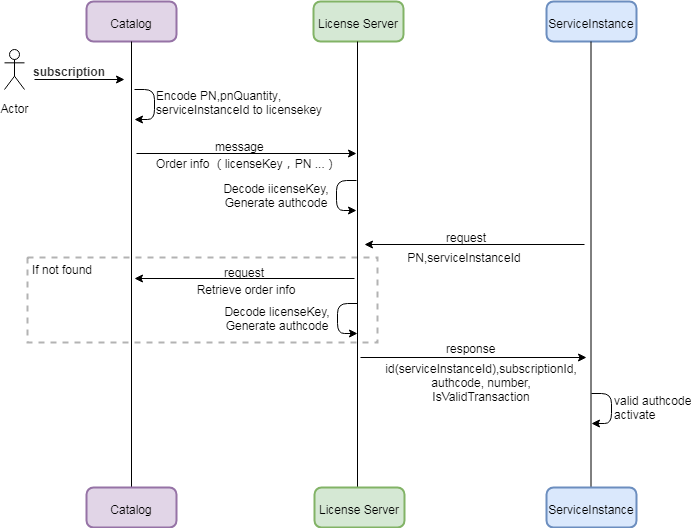
Above: licenseserver/images/licenseserver_OnlineActive_flowchart_V1.png in ensaas/document (draw.io), before the change. Source tidied: cells renumbered, new cells last; positions are measured from the earlier drawing's top-left corner, leaving out a move shared by most shapes. Its diagram source:
```xml
<mxGraphModel>
  <root>
    <mxCell id="0" />
    <mxCell id="1" parent="0" />
    <mxCell id="2" style="verticalLabelPosition=bottom;verticalAlign=top;html=1;shape=mxgraph.basic.rect;fillColor2=none;strokeWidth=2;size=20;indent=5;shadow=0;align=left;dashed=1;opacity=30;" parent="1" vertex="1">
      <mxGeometry x="23" y="256" width="350" height="85" as="geometry" />
    </mxCell>
    <mxCell id="3" value="Catalog" style="rounded=1;whiteSpace=wrap;html=1;absoluteArcSize=1;arcSize=14;strokeWidth=2;fillColor=#e1d5e7;strokeColor=#9673a6;" parent="1" vertex="1">
      <mxGeometry x="82" width="90" height="40" as="geometry" />
    </mxCell>
    <mxCell id="4" value="License Server" style="rounded=1;whiteSpace=wrap;html=1;absoluteArcSize=1;arcSize=14;strokeWidth=2;fillColor=#d5e8d4;strokeColor=#82b366;" parent="1" vertex="1">
      <mxGeometry x="309" width="90" height="40" as="geometry" />
    </mxCell>
    <mxCell id="5" value="ServiceInstance" style="rounded=1;whiteSpace=wrap;html=1;absoluteArcSize=1;arcSize=14;strokeWidth=2;fillColor=#dae8fc;strokeColor=#6c8ebf;" parent="1" vertex="1">
      <mxGeometry x="542" width="90" height="40" as="geometry" />
    </mxCell>
    <mxCell id="6" style="endArrow=none;html=1;entryX=0.5;entryY=1;entryDx=0;entryDy=0;" parent="1" edge="1" target="3">
      <mxGeometry relative="1" as="geometry">
        <mxPoint x="127" y="486" as="sourcePoint" />
      </mxGeometry>
    </mxCell>
    <mxCell id="7" style="endArrow=none;html=1;entryX=0.5;entryY=1;entryDx=0;entryDy=0;" parent="1" edge="1">
      <mxGeometry relative="1" as="geometry">
        <mxPoint x="353" y="486" as="sourcePoint" />
        <mxPoint x="353" y="40" as="targetPoint" />
      </mxGeometry>
    </mxCell>
    <mxCell id="8" style="endArrow=none;html=1;entryX=0.5;entryY=1;entryDx=0;entryDy=0;" parent="1" edge="1">
      <mxGeometry relative="1" as="geometry">
        <mxPoint x="586.5" y="486" as="sourcePoint" />
        <mxPoint x="586.5" y="40" as="targetPoint" />
      </mxGeometry>
    </mxCell>
    <mxCell id="9" style="endArrow=classic;html=1;" parent="1" edge="1">
      <mxGeometry relative="1" as="geometry">
        <mxPoint x="132" y="152" as="sourcePoint" />
        <mxPoint x="352" y="152" as="targetPoint" />
      </mxGeometry>
    </mxCell>
    <mxCell id="10" value="Order info （licenseKey，PN ...）" style="text;html=1;strokeColor=none;fillColor=none;align=left;verticalAlign=middle;whiteSpace=wrap;rounded=0;" parent="1" vertex="1">
      <mxGeometry x="150" y="150" width="190" height="20" as="geometry" />
    </mxCell>
    <mxCell id="11" value="Catalog" style="rounded=1;whiteSpace=wrap;html=1;absoluteArcSize=1;arcSize=14;strokeWidth=2;fillColor=#e1d5e7;strokeColor=#9673a6;" parent="1" vertex="1">
      <mxGeometry x="82" y="486" width="90" height="40" as="geometry" />
    </mxCell>
    <mxCell id="12" value="License Server" style="rounded=1;whiteSpace=wrap;html=1;absoluteArcSize=1;arcSize=14;strokeWidth=2;fillColor=#d5e8d4;strokeColor=#82b366;" parent="1" vertex="1">
      <mxGeometry x="310" y="486" width="90" height="40" as="geometry" />
    </mxCell>
    <mxCell id="13" value="ServiceInstance" style="rounded=1;whiteSpace=wrap;html=1;absoluteArcSize=1;arcSize=14;strokeWidth=2;fillColor=#dae8fc;strokeColor=#6c8ebf;" parent="1" vertex="1">
      <mxGeometry x="542" y="486" width="90" height="40" as="geometry" />
    </mxCell>
    <mxCell id="14" value="Retrieve order info" style="text;html=1;strokeColor=none;fillColor=none;align=center;verticalAlign=middle;whiteSpace=wrap;rounded=0;" parent="1" vertex="1">
      <mxGeometry x="186.5" y="276" width="110" height="20" as="geometry" />
    </mxCell>
    <mxCell id="15" value="&lt;font style=&quot;font-size: 10px&quot;&gt;id(serviceInstanceId),subscriptionId, authcode, number, IsValidTransaction&lt;/font&gt;" style="text;html=1;strokeColor=none;fillColor=none;align=center;verticalAlign=middle;whiteSpace=wrap;rounded=0;" parent="1" vertex="1">
      <mxGeometry x="383" y="356" width="188" height="52" as="geometry" />
    </mxCell>
    <mxCell id="16" value="&lt;div&gt;Decode iicenseKey,&lt;/div&gt;&lt;div&gt;Generate authcode&lt;/div&gt;" style="text;html=1;strokeColor=none;fillColor=none;align=center;verticalAlign=middle;whiteSpace=wrap;rounded=0;" parent="1" vertex="1">
      <mxGeometry x="211" y="185" width="122" height="20" as="geometry" />
    </mxCell>
    <mxCell id="17" style="edgeStyle=elbowEdgeStyle;elbow=horizontal;endArrow=classic;html=1;" parent="1" edge="1">
      <mxGeometry relative="1" as="geometry">
        <mxPoint x="352" y="179" as="sourcePoint" />
        <mxPoint x="352" y="209" as="targetPoint" />
        <Array as="points">
          <mxPoint x="332" y="199" />
        </Array>
      </mxGeometry>
    </mxCell>
    <mxCell id="18" style="edgeStyle=elbowEdgeStyle;elbow=horizontal;endArrow=classic;html=1;" parent="1" edge="1">
      <mxGeometry relative="1" as="geometry">
        <mxPoint x="587" y="392" as="sourcePoint" />
        <mxPoint x="587" y="422" as="targetPoint" />
        <Array as="points">
          <mxPoint x="607" y="412" />
        </Array>
      </mxGeometry>
    </mxCell>
    <mxCell id="19" value="valid authcode&lt;br&gt;activate" style="text;html=1;" parent="1" vertex="1">
      <mxGeometry x="608" y="386" width="53" height="34" as="geometry" />
    </mxCell>
    <mxCell id="20" style="endArrow=classic;html=1;" parent="1" edge="1">
      <mxGeometry relative="1" as="geometry">
        <mxPoint x="356" y="356" as="sourcePoint" />
        <mxPoint x="582" y="356" as="targetPoint" />
      </mxGeometry>
    </mxCell>
    <mxCell id="21" value="Actor" style="shape=umlActor;verticalLabelPosition=bottom;labelBackgroundColor=#ffffff;verticalAlign=top;html=1;" parent="1" vertex="1">
      <mxGeometry y="48" width="20" height="40" as="geometry" />
    </mxCell>
    <mxCell id="22" style="endArrow=classic;html=1;" parent="1" edge="1">
      <mxGeometry relative="1" as="geometry">
        <mxPoint x="30" y="78" as="sourcePoint" />
        <mxPoint x="120" y="78" as="targetPoint" />
      </mxGeometry>
    </mxCell>
    <mxCell id="23" value="&lt;h1 class=&quot;word&quot; style=&quot;box-sizing: border-box ; margin: 0px ; padding: 0px ; height: auto ; line-height: 14px ; background-color: rgb(255 , 255 , 255)&quot;&gt;&lt;font color=&quot;#333333&quot; style=&quot;font-size: 6px&quot;&gt;&lt;span style=&quot;white-space: nowrap&quot;&gt;subscription&lt;/span&gt;&lt;/font&gt;&lt;br&gt;&lt;/h1&gt;" style="text;html=1;strokeColor=none;fillColor=none;align=center;verticalAlign=middle;whiteSpace=wrap;rounded=0;" parent="1" vertex="1">
      <mxGeometry x="10" y="58" width="110" height="20" as="geometry" />
    </mxCell>
    <mxCell id="24" style="edgeStyle=elbowEdgeStyle;elbow=horizontal;endArrow=classic;html=1;" parent="1" edge="1">
      <mxGeometry relative="1" as="geometry">
        <mxPoint x="130" y="88" as="sourcePoint" />
        <mxPoint x="130" y="118" as="targetPoint" />
        <Array as="points">
          <mxPoint x="150" y="108" />
        </Array>
      </mxGeometry>
    </mxCell>
    <mxCell id="25" value="&lt;div style=&quot;text-align: left&quot;&gt;&lt;span&gt;Encode PN,pnQuantity&lt;/span&gt;&lt;span&gt;, serviceInstanceId to licensekey&lt;/span&gt;&lt;/div&gt;" style="text;html=1;strokeColor=none;fillColor=none;align=center;verticalAlign=middle;whiteSpace=wrap;rounded=0;" parent="1" vertex="1">
      <mxGeometry x="150" y="87" width="190" height="30" as="geometry" />
    </mxCell>
    <mxCell id="26" style="endArrow=classic;html=1;" parent="1" edge="1">
      <mxGeometry relative="1" as="geometry">
        <mxPoint x="580" y="243" as="sourcePoint" />
        <mxPoint x="360" y="243" as="targetPoint" />
      </mxGeometry>
    </mxCell>
    <mxCell id="27" value="request" style="text;html=1;" parent="1" vertex="1">
      <mxGeometry x="440" y="217" width="50" height="20" as="geometry" />
    </mxCell>
    <mxCell id="28" style="endArrow=classic;html=1;" parent="1" edge="1">
      <mxGeometry relative="1" as="geometry">
        <mxPoint x="350" y="277" as="sourcePoint" />
        <mxPoint x="130" y="277" as="targetPoint" />
      </mxGeometry>
    </mxCell>
    <mxCell id="29" value="&lt;div&gt;Decode licenseKey,&lt;/div&gt;&lt;div&gt;Generate authcode&lt;/div&gt;" style="text;html=1;strokeColor=none;fillColor=none;align=center;verticalAlign=middle;whiteSpace=wrap;rounded=0;" parent="1" vertex="1">
      <mxGeometry x="212" y="308" width="122" height="20" as="geometry" />
    </mxCell>
    <mxCell id="30" style="edgeStyle=elbowEdgeStyle;elbow=horizontal;endArrow=classic;html=1;" parent="1" edge="1">
      <mxGeometry relative="1" as="geometry">
        <mxPoint x="353" y="302" as="sourcePoint" />
        <mxPoint x="353" y="332" as="targetPoint" />
        <Array as="points">
          <mxPoint x="333" y="322" />
        </Array>
      </mxGeometry>
    </mxCell>
    <mxCell id="31" value="If not found&lt;br&gt;" style="text;html=1;strokeColor=none;fillColor=none;align=center;verticalAlign=middle;whiteSpace=wrap;rounded=0;" parent="1" vertex="1">
      <mxGeometry x="23" y="256" width="70" height="20" as="geometry" />
    </mxCell>
    <mxCell id="32" value="PN,serviceInstanceId" style="text;html=1;strokeColor=none;fillColor=none;align=center;verticalAlign=middle;whiteSpace=wrap;rounded=0;" parent="1" vertex="1">
      <mxGeometry x="440" y="244" width="40" height="20" as="geometry" />
    </mxCell>
    <mxCell id="33" value="message" style="text;html=1;" parent="1" vertex="1">
      <mxGeometry x="209" y="126" width="30" height="20" as="geometry" />
    </mxCell>
    <mxCell id="34" value="response" style="text;html=1;" parent="1" vertex="1">
      <mxGeometry x="440" y="328" width="58" height="30" as="geometry" />
    </mxCell>
    <mxCell id="35" value="request" style="text;html=1;" parent="1" vertex="1">
      <mxGeometry x="218" y="252" width="50" height="20" as="geometry" />
    </mxCell>
  </root>
</mxGraphModel>
```
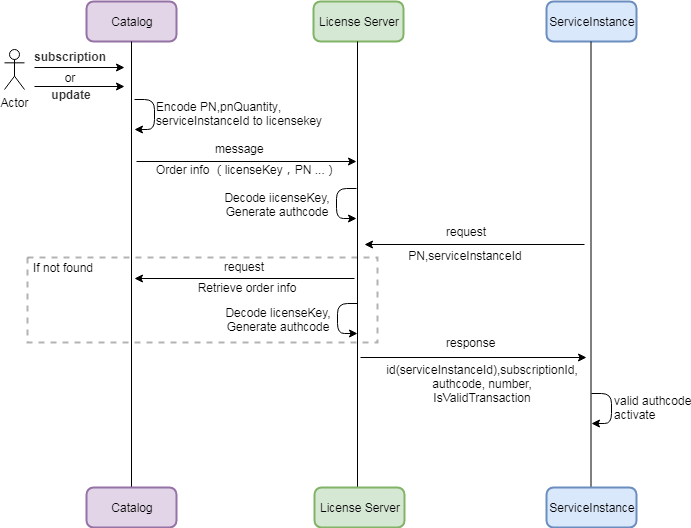
Later version of the same file.

Commit message:
modify license server

Diff of the diagram source:
```diff
@@ -33,12 +33,12 @@
     </mxCell>
     <mxCell id="9" style="endArrow=classic;html=1;" parent="1" edge="1">
       <mxGeometry relative="1" as="geometry">
-        <mxPoint x="132" y="152" as="sourcePoint" />
-        <mxPoint x="352" y="152" as="targetPoint" />
+        <mxPoint x="132" y="160" as="sourcePoint" />
+        <mxPoint x="352" y="160" as="targetPoint" />
       </mxGeometry>
     </mxCell>
     <mxCell id="10" value="Order info （licenseKey，PN ...）" style="text;html=1;strokeColor=none;fillColor=none;align=left;verticalAlign=middle;whiteSpace=wrap;rounded=0;" parent="1" vertex="1">
-      <mxGeometry x="150" y="150" width="190" height="20" as="geometry" />
+      <mxGeometry x="150" y="158" width="190" height="20" as="geometry" />
     </mxCell>
     <mxCell id="11" value="Catalog" style="rounded=1;whiteSpace=wrap;html=1;absoluteArcSize=1;arcSize=14;strokeWidth=2;fillColor=#e1d5e7;strokeColor=#9673a6;" parent="1" vertex="1">
       <mxGeometry x="82" y="486" width="90" height="40" as="geometry" />
@@ -56,14 +56,14 @@
       <mxGeometry x="383" y="356" width="188" height="52" as="geometry" />
     </mxCell>
     <mxCell id="16" value="&lt;div&gt;Decode iicenseKey,&lt;/div&gt;&lt;div&gt;Generate authcode&lt;/div&gt;" style="text;html=1;strokeColor=none;fillColor=none;align=center;verticalAlign=middle;whiteSpace=wrap;rounded=0;" parent="1" vertex="1">
-      <mxGeometry x="211" y="185" width="122" height="20" as="geometry" />
+      <mxGeometry x="211" y="193" width="122" height="20" as="geometry" />
     </mxCell>
     <mxCell id="17" style="edgeStyle=elbowEdgeStyle;elbow=horizontal;endArrow=classic;html=1;" parent="1" edge="1">
       <mxGeometry relative="1" as="geometry">
-        <mxPoint x="352" y="179" as="sourcePoint" />
-        <mxPoint x="352" y="209" as="targetPoint" />
+        <mxPoint x="352" y="187" as="sourcePoint" />
+        <mxPoint x="352" y="217" as="targetPoint" />
         <Array as="points">
-          <mxPoint x="332" y="199" />
+          <mxPoint x="332" y="207" />
         </Array>
       </mxGeometry>
     </mxCell>
@@ -90,24 +90,24 @@
     </mxCell>
     <mxCell id="22" style="endArrow=classic;html=1;" parent="1" edge="1">
       <mxGeometry relative="1" as="geometry">
-        <mxPoint x="30" y="78" as="sourcePoint" />
-        <mxPoint x="120" y="78" as="targetPoint" />
+        <mxPoint x="30" y="66" as="sourcePoint" />
+        <mxPoint x="120" y="66" as="targetPoint" />
       </mxGeometry>
     </mxCell>
     <mxCell id="23" value="&lt;h1 class=&quot;word&quot; style=&quot;box-sizing: border-box ; margin: 0px ; padding: 0px ; height: auto ; line-height: 14px ; background-color: rgb(255 , 255 , 255)&quot;&gt;&lt;font color=&quot;#333333&quot; style=&quot;font-size: 6px&quot;&gt;&lt;span style=&quot;white-space: nowrap&quot;&gt;subscription&lt;/span&gt;&lt;/font&gt;&lt;br&gt;&lt;/h1&gt;" style="text;html=1;strokeColor=none;fillColor=none;align=center;verticalAlign=middle;whiteSpace=wrap;rounded=0;" parent="1" vertex="1">
-      <mxGeometry x="10" y="58" width="110" height="20" as="geometry" />
+      <mxGeometry x="10" y="43" width="110" height="20" as="geometry" />
     </mxCell>
     <mxCell id="24" style="edgeStyle=elbowEdgeStyle;elbow=horizontal;endArrow=classic;html=1;" parent="1" edge="1">
       <mxGeometry relative="1" as="geometry">
-        <mxPoint x="130" y="88" as="sourcePoint" />
-        <mxPoint x="130" y="118" as="targetPoint" />
+        <mxPoint x="130" y="98" as="sourcePoint" />
+        <mxPoint x="130" y="128" as="targetPoint" />
         <Array as="points">
-          <mxPoint x="150" y="108" />
+          <mxPoint x="150" y="118" />
         </Array>
       </mxGeometry>
     </mxCell>
     <mxCell id="25" value="&lt;div style=&quot;text-align: left&quot;&gt;&lt;span&gt;Encode PN,pnQuantity&lt;/span&gt;&lt;span&gt;, serviceInstanceId to licensekey&lt;/span&gt;&lt;/div&gt;" style="text;html=1;strokeColor=none;fillColor=none;align=center;verticalAlign=middle;whiteSpace=wrap;rounded=0;" parent="1" vertex="1">
-      <mxGeometry x="150" y="87" width="190" height="30" as="geometry" />
+      <mxGeometry x="150" y="97" width="190" height="30" as="geometry" />
     </mxCell>
     <mxCell id="26" style="endArrow=classic;html=1;" parent="1" edge="1">
       <mxGeometry relative="1" as="geometry">
@@ -143,7 +143,7 @@
       <mxGeometry x="440" y="244" width="40" height="20" as="geometry" />
     </mxCell>
     <mxCell id="33" value="message" style="text;html=1;" parent="1" vertex="1">
-      <mxGeometry x="209" y="126" width="30" height="20" as="geometry" />
+      <mxGeometry x="209" y="134" width="30" height="20" as="geometry" />
     </mxCell>
     <mxCell id="34" value="response" style="text;html=1;" parent="1" vertex="1">
       <mxGeometry x="440" y="328" width="58" height="30" as="geometry" />
@@ -151,5 +151,17 @@
     <mxCell id="35" value="request" style="text;html=1;" parent="1" vertex="1">
       <mxGeometry x="218" y="252" width="50" height="20" as="geometry" />
     </mxCell>
+    <mxCell id="36" value="&lt;h1 class=&quot;word&quot; style=&quot;box-sizing: border-box ; margin: 0px ; padding: 0px ; height: auto ; line-height: 14px ; background-color: rgb(255 , 255 , 255)&quot;&gt;&lt;font color=&quot;#333333&quot;&gt;&lt;span style=&quot;font-size: 6px ; white-space: nowrap&quot;&gt;update&lt;/span&gt;&lt;/font&gt;&lt;/h1&gt;" style="text;html=1;strokeColor=none;fillColor=none;align=center;verticalAlign=middle;whiteSpace=wrap;rounded=0;" parent="1" vertex="1">
+      <mxGeometry x="11" y="81" width="110" height="20" as="geometry" />
+    </mxCell>
+    <mxCell id="37" style="endArrow=classic;html=1;" parent="1" edge="1">
+      <mxGeometry relative="1" as="geometry">
+        <mxPoint x="30" y="85" as="sourcePoint" />
+        <mxPoint x="120" y="85" as="targetPoint" />
+      </mxGeometry>
+    </mxCell>
+    <mxCell id="38" value="or" style="text;html=1;strokeColor=none;fillColor=none;align=center;verticalAlign=middle;whiteSpace=wrap;rounded=0;" parent="1" vertex="1">
+      <mxGeometry x="45" y="66" width="40" height="20" as="geometry" />
+    </mxCell>
   </root>
 </mxGraphModel>
```
